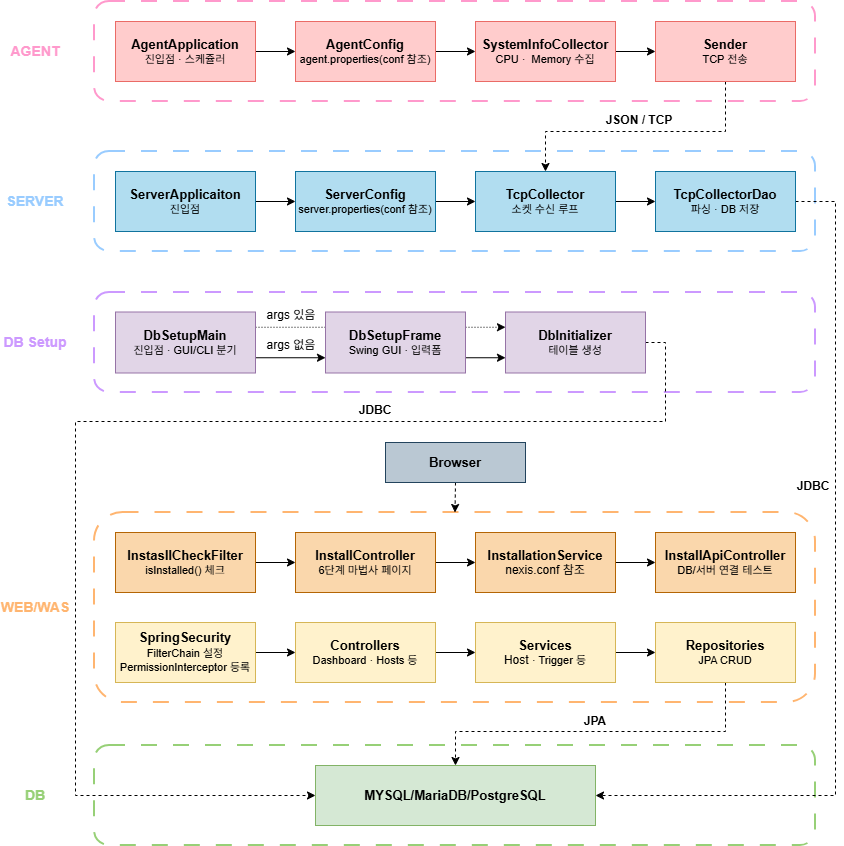
Above: assets/img/설계도.drawio.png in Hyein-Park-git/Portfolio (draw.io), before the change. Source tidied: cells renumbered, new cells last; positions are measured from the earlier drawing's top-left corner, leaving out a move shared by most shapes.
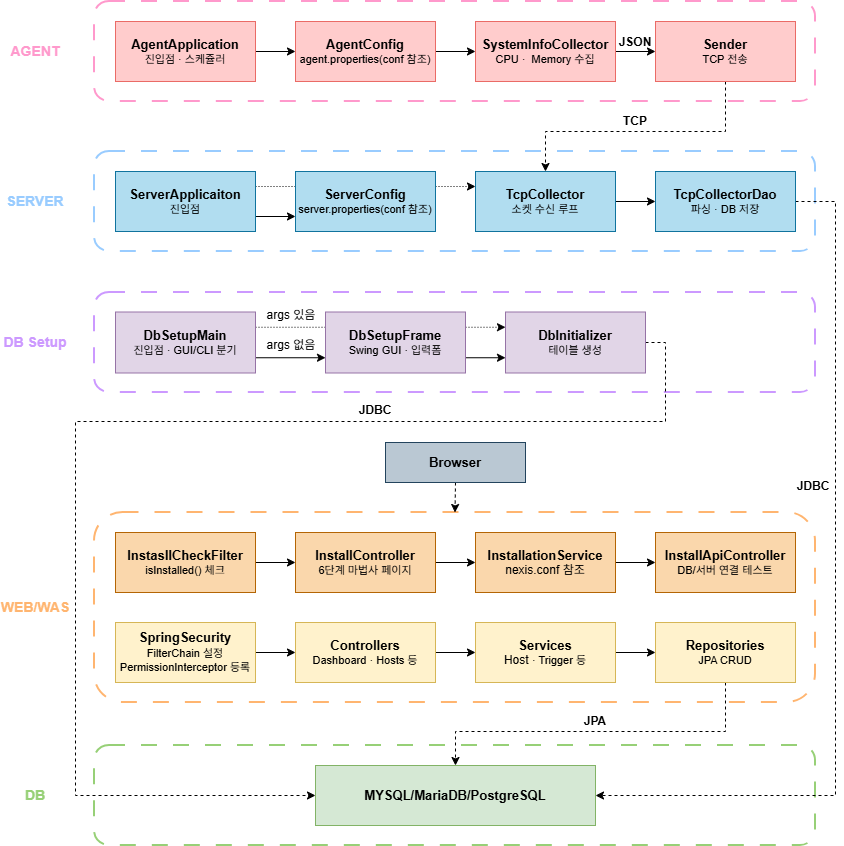
Above is the later version.

Diff of the diagram source:
```diff
@@ -49,15 +49,15 @@
     <mxCell id="15" value="&lt;font style=&quot;font-size: 13px;&quot;&gt;&lt;b&gt;Sender&lt;/b&gt;&lt;/font&gt;&lt;div&gt;&lt;font style=&quot;font-size: 11px;&quot;&gt;TCP 전송&lt;/font&gt;&lt;/div&gt;" style="rounded=0;whiteSpace=wrap;html=1;fillColor=#ffcccc;strokeColor=#EA6B66;" parent="1" vertex="1">
       <mxGeometry x="655" y="20" width="140" height="60" as="geometry" />
     </mxCell>
+    <mxCell id="59" style="edgeStyle=orthogonalEdgeStyle;rounded=0;jettySize=auto;html=1;exitX=1;exitY=0.25;exitDx=0;exitDy=0;entryX=0;entryY=0.25;entryDx=0;entryDy=0;dashed=1;dashPattern=1 2;" parent="1" edge="1" source="17" target="21">
+      <mxGeometry relative="1" as="geometry" />
+    </mxCell>
-    <mxCell id="16" style="edgeStyle=orthogonalEdgeStyle;rounded=0;jettySize=auto;html=1;exitX=1;exitY=0.5;exitDx=0;exitDy=0;entryX=0;entryY=0.5;entryDx=0;entryDy=0;" parent="1" edge="1" source="17" target="19">
+    <mxCell id="16" style="edgeStyle=orthogonalEdgeStyle;rounded=0;jettySize=auto;html=1;exitX=1;exitY=0.75;exitDx=0;exitDy=0;entryX=0;entryY=0.75;entryDx=0;entryDy=0;" parent="1" edge="1" source="17" target="19">
       <mxGeometry relative="1" as="geometry" />
     </mxCell>
     <mxCell id="17" value="&lt;font style=&quot;font-size: 13px;&quot;&gt;&lt;b style=&quot;&quot;&gt;ServerApplicaiton&lt;/b&gt;&lt;/font&gt;&lt;div&gt;&lt;font style=&quot;font-size: 11px;&quot;&gt;진입점&lt;/font&gt;&lt;/div&gt;" style="rounded=0;whiteSpace=wrap;html=1;fillColor=#b1ddf0;strokeColor=#10739e;" parent="1" vertex="1">
       <mxGeometry x="115" y="170" width="140" height="60" as="geometry" />
     </mxCell>
-    <mxCell id="18" style="edgeStyle=orthogonalEdgeStyle;rounded=0;jettySize=auto;html=1;exitX=1;exitY=0.5;exitDx=0;exitDy=0;entryX=0;entryY=0.5;entryDx=0;entryDy=0;" parent="1" edge="1" source="19" target="21">
-      <mxGeometry relative="1" as="geometry" />
-    </mxCell>
     <mxCell id="19" value="&lt;font style=&quot;font-size: 13px;&quot;&gt;&lt;b&gt;ServerConfig&lt;/b&gt;&lt;/font&gt;&lt;div&gt;&lt;font style=&quot;font-size: 11px;&quot;&gt;server.properties(conf 참조)&lt;/font&gt;&lt;/div&gt;" style="rounded=0;whiteSpace=wrap;html=1;fillColor=#b1ddf0;strokeColor=#10739e;" parent="1" vertex="1">
       <mxGeometry x="295" y="170" width="140" height="60" as="geometry" />
     </mxCell>
@@ -158,8 +158,8 @@
     <mxCell id="45" value="&lt;b&gt;&lt;font style=&quot;font-size: 13px;&quot;&gt;MYSQL/MariaDB/PostgreSQL&lt;/font&gt;&lt;/b&gt;" style="rounded=0;whiteSpace=wrap;html=1;fillColor=#d5e8d4;strokeColor=#82b366;" parent="1" vertex="1">
       <mxGeometry x="315" y="764" width="280" height="60" as="geometry" />
     </mxCell>
-    <mxCell id="46" value="&lt;b&gt;JSON / TCP&lt;/b&gt;" style="text;html=1;whiteSpace=wrap;strokeColor=none;fillColor=none;align=center;verticalAlign=middle;rounded=0;" parent="1" vertex="1">
-      <mxGeometry x="604" y="104" width="70" height="30" as="geometry" />
+    <mxCell id="46" value="&lt;b&gt;TCP&lt;/b&gt;" style="text;html=1;whiteSpace=wrap;strokeColor=none;fillColor=none;align=center;verticalAlign=middle;rounded=0;" parent="1" vertex="1">
+      <mxGeometry x="600" y="105" width="70" height="30" as="geometry" />
     </mxCell>
     <mxCell id="47" value="&lt;b&gt;JDBC&lt;/b&gt;" style="text;html=1;whiteSpace=wrap;strokeColor=none;fillColor=none;align=center;verticalAlign=middle;rounded=0;" parent="1" vertex="1">
       <mxGeometry x="345" y="394" width="60" height="30" as="geometry" />
@@ -197,5 +197,8 @@
     <mxCell id="58" value="args 있음" style="text;html=1;whiteSpace=wrap;strokeColor=none;fillColor=none;align=center;verticalAlign=middle;rounded=0;" parent="1" vertex="1">
       <mxGeometry x="261" y="299" width="60" height="30" as="geometry" />
     </mxCell>
+    <mxCell id="60" value="&lt;b&gt;JSON&lt;/b&gt;" style="text;html=1;whiteSpace=wrap;strokeColor=none;fillColor=none;align=center;verticalAlign=middle;rounded=0;" parent="1" vertex="1">
+      <mxGeometry x="600" y="26" width="70" height="30" as="geometry" />
+    </mxCell>
   </root>
 </mxGraphModel>
```
